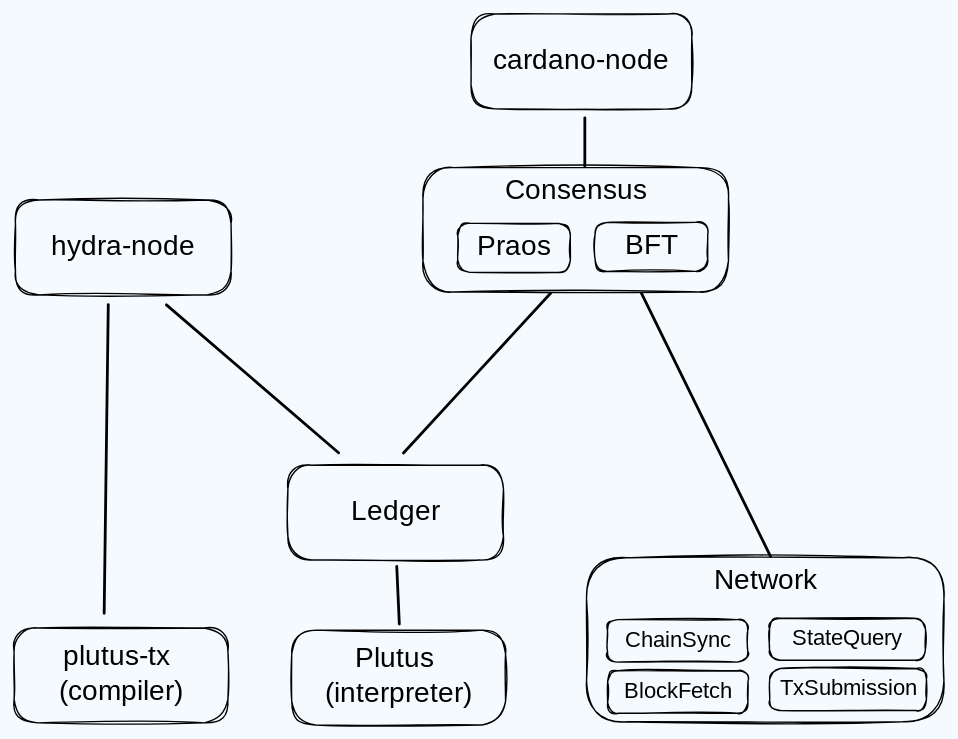
Earlier version of the Excalidraw export src/components.excalidraw.svg (rkuhn/cardano-blueprint). Source tidied: one line per element, renumbered; positions are measured from the earlier drawing's top-left corner, leaving out a move shared by most shapes.
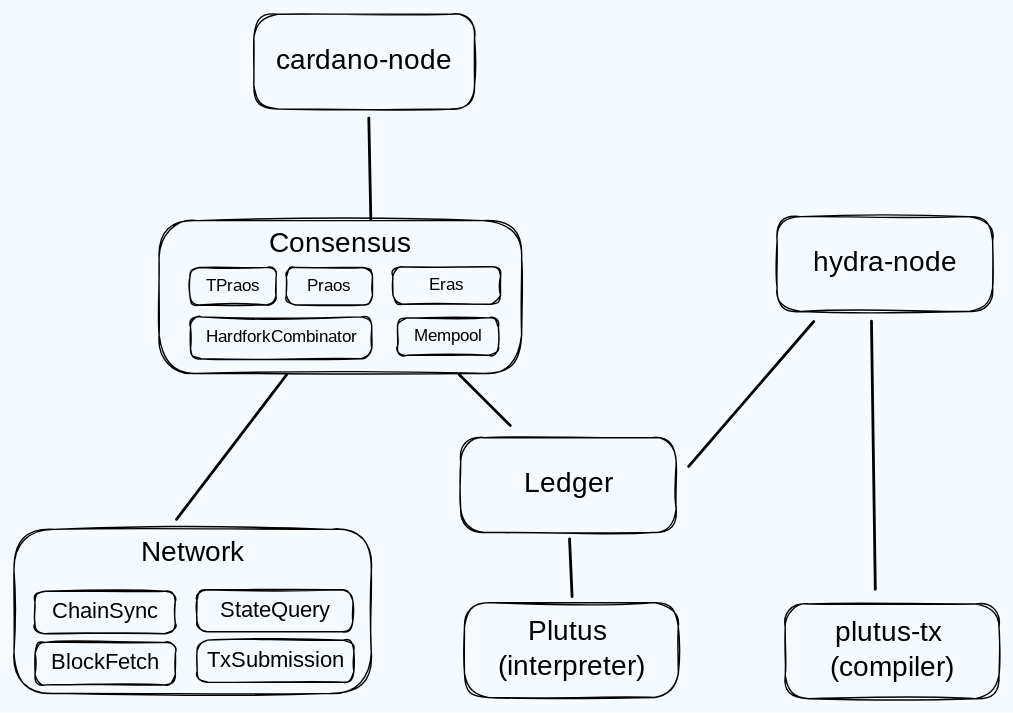
The same diagram one commit later.

Diff of the diagram source:
```diff
@@ -1,32 +1,38 @@
-{"id": 0, "type": "arrow", "strokeColor": "#000000", "backgroundColor": "#1971c2", "fillStyle": "solid", "strokeWidth": 2, "roughness": 0, "round": true, "from": 6, "to": 14, "x": 383, "y": 200, "width": 105, "height": 114, "points": [[0, 0], [-105, 114]]}
+{"id": 0, "type": "arrow", "strokeColor": "#000000", "backgroundColor": "#1971c2", "fillStyle": "solid", "strokeWidth": 2, "roughness": 0, "round": true, "from": 6, "to": 14, "x": 445, "y": 248, "width": 36, "height": 36, "points": [[0, 0], [36, 36]]}
-{"id": 1, "type": "arrow", "strokeColor": "#000000", "backgroundColor": "#1971c2", "fillStyle": "solid", "strokeWidth": 2, "roughness": 0, "round": true, "from": 28, "to": 14, "x": 109, "y": 208, "width": 123, "height": 106, "points": [[0, 0], [123, 106]]}
+{"id": 1, "type": "arrow", "strokeColor": "#000000", "backgroundColor": "#1971c2", "fillStyle": "solid", "strokeWidth": 2, "roughness": 0, "round": true, "from": 28, "to": 14, "x": 698, "y": 210, "width": 89, "height": 104, "points": [[0, 0], [-89, 104]]}
-{"id": 2, "type": "arrow", "strokeColor": "#000000", "backgroundColor": "#1971c2", "fillStyle": "solid", "strokeWidth": 2, "roughness": 0, "round": true, "from": 28, "to": 12, "x": 67, "y": 208, "width": 3, "height": 221, "points": [[0, 0], [-3, 221]]}
+{"id": 2, "type": "arrow", "strokeColor": "#000000", "backgroundColor": "#1971c2", "fillStyle": "solid", "strokeWidth": 2, "roughness": 0, "round": true, "from": 28, "to": 12, "x": 739, "y": 209, "width": 3, "height": 192, "points": [[0, 0], [3, 192]]}
-{"id": 3, "type": "arrow", "strokeColor": "#000000", "backgroundColor": "#1971c2", "fillStyle": "solid", "strokeWidth": 2, "roughness": 0, "round": true, "from": 6, "to": 8, "x": 448, "y": 200, "width": 92, "height": 188, "points": [[0, 0], [92, 188]]}
+{"id": 3, "type": "arrow", "strokeColor": "#000000", "backgroundColor": "#1971c2", "fillStyle": "solid", "strokeWidth": 2, "roughness": 0, "round": true, "from": 6, "to": 8, "x": 321, "y": 248, "width": 79, "height": 103, "points": [[0, 0], [-79, 103]]}
-{"id": 4, "type": "arrow", "strokeColor": "#000000", "backgroundColor": "#1971c2", "fillStyle": "solid", "strokeWidth": 2, "roughness": 0, "round": true, "from": 30, "to": 6, "x": 408, "y": 74, "width": 0, "height": 35, "points": [[0, 0], [0, 35]]}
+{"id": 4, "type": "arrow", "strokeColor": "#000000", "backgroundColor": "#1971c2", "fillStyle": "solid", "strokeWidth": 2, "roughness": 0, "round": true, "from": 30, "to": 6, "x": 380, "y": 64, "width": 1, "height": 72, "points": [[0, 0], [1, 72]]}
-{"id": 5, "type": "arrow", "strokeColor": "#000000", "backgroundColor": "#1971c2", "fillStyle": "solid", "strokeWidth": 2, "roughness": 0, "round": true, "from": 14, "to": 10, "x": 273, "y": 395, "width": 2, "height": 41, "points": [[0, 0], [2, 41]]}
+{"id": 5, "type": "arrow", "strokeColor": "#000000", "backgroundColor": "#1971c2", "fillStyle": "solid", "strokeWidth": 2, "roughness": 0, "round": true, "from": 14, "to": 10, "x": 524, "y": 365, "width": 2, "height": 41, "points": [[0, 0], [2, 41]]}
-{"id": 6, "type": "rectangle", "strokeColor": "#000000", "strokeWidth": 1, "roughness": 1, "round": true, "x": 292, "y": 110, "width": 218, "height": 89}
-{"id": 7, "type": "text", "text": "Consensus", "strokeColor": "#000000", "strokeWidth": 1, "roughness": 1, "fontSize": 20, "fontFamily": 1, "textAlign": "center", "inside": 6, "x": 352, "y": 115, "width": 98, "height": 25}
-{"id": 8, "type": "rectangle", "strokeColor": "#000000", "strokeWidth": 1, "roughness": 1, "round": true, "x": 409, "y": 388, "width": 255, "height": 117}
-{"id": 9, "type": "text", "text": "Network", "strokeColor": "#000000", "strokeWidth": 1, "roughness": 1, "fontSize": 20, "fontFamily": 1, "textAlign": "center", "inside": 8, "x": 498, "y": 393, "width": 77, "height": 25}
-{"id": 10, "type": "rectangle", "strokeColor": "#000000", "strokeWidth": 1, "roughness": 1, "round": true, "x": 198, "y": 440, "width": 153, "height": 68}
+{"id": 10, "type": "rectangle", "strokeColor": "#000000", "strokeWidth": 1, "roughness": 1, "round": true, "x": 449, "y": 411, "width": 153, "height": 68}
-{"id": 11, "type": "text", "text": "Plutus \n(interpreter)", "strokeColor": "#000000", "strokeWidth": 1, "roughness": 1, "fontSize": 20, "fontFamily": 1, "textAlign": "center", "verticalAlign": "middle", "inside": 10, "x": 215, "y": 449, "width": 120, "height": 50}
+{"id": 11, "type": "text", "text": "Plutus \n(interpreter)", "strokeColor": "#000000", "strokeWidth": 1, "roughness": 1, "fontSize": 20, "fontFamily": 1, "textAlign": "center", "verticalAlign": "middle", "inside": 10, "x": 465, "y": 419, "width": 120, "height": 50}
-{"id": 12, "type": "rectangle", "strokeColor": "#000000", "strokeWidth": 1, "roughness": 1, "round": true, "x": 0, "y": 439, "width": 153, "height": 68}
+{"id": 12, "type": "rectangle", "strokeColor": "#000000", "strokeWidth": 1, "roughness": 1, "round": true, "x": 678, "y": 412, "width": 153, "height": 68}
-{"id": 13, "type": "text", "text": "plutus-tx \n(compiler)", "strokeColor": "#000000", "strokeWidth": 1, "roughness": 1, "fontSize": 20, "fontFamily": 1, "textAlign": "center", "verticalAlign": "middle", "inside": 12, "x": 26, "y": 448, "width": 101, "height": 50}
+{"id": 13, "type": "text", "text": "plutus-tx \n(compiler)", "strokeColor": "#000000", "strokeWidth": 1, "roughness": 1, "fontSize": 20, "fontFamily": 1, "textAlign": "center", "verticalAlign": "middle", "inside": 12, "x": 704, "y": 420, "width": 101, "height": 50}
-{"id": 14, "type": "rectangle", "strokeColor": "#000000", "strokeWidth": 1, "roughness": 1, "round": true, "x": 196, "y": 322, "width": 154, "height": 68}
+{"id": 14, "type": "rectangle", "strokeColor": "#000000", "strokeWidth": 1, "roughness": 1, "round": true, "x": 446, "y": 293, "width": 154, "height": 68}
-{"id": 15, "type": "text", "text": "Ledger", "strokeColor": "#000000", "strokeWidth": 1, "roughness": 1, "fontSize": 20, "fontFamily": 1, "textAlign": "center", "verticalAlign": "middle", "inside": 14, "x": 240, "y": 344, "width": 65, "height": 25}
+{"id": 15, "type": "text", "text": "Ledger", "strokeColor": "#000000", "strokeWidth": 1, "roughness": 1, "fontSize": 20, "fontFamily": 1, "textAlign": "center", "verticalAlign": "middle", "inside": 14, "x": 490, "y": 314, "width": 65, "height": 25}
+{"id": 6, "type": "rectangle", "strokeColor": "#000000", "strokeWidth": 1, "roughness": 1, "round": true, "x": 230, "y": 138, "width": 259, "height": 109}
+{"id": 7, "type": "text", "text": "Consensus", "strokeColor": "#000000", "strokeWidth": 1, "roughness": 1, "fontSize": 20, "fontFamily": 1, "textAlign": "center", "inside": 6, "x": 311, "y": 143, "width": 98, "height": 25}
-{"id": 16, "type": "rectangle", "strokeColor": "#000000", "strokeWidth": 1, "roughness": 1, "round": true, "x": 415, "y": 149, "width": 80, "height": 35}
+{"id": 16, "type": "rectangle", "strokeColor": "#000000", "strokeWidth": 1, "roughness": 1, "round": true, "x": 252, "y": 171, "width": 62, "height": 27}
-{"id": 17, "type": "text", "text": "BFT", "strokeColor": "#000000", "strokeWidth": 1, "roughness": 1, "fontSize": 20, "fontFamily": 1, "textAlign": "center", "verticalAlign": "middle", "inside": 16, "x": 434, "y": 154, "width": 43, "height": 25}
+{"id": 17, "type": "text", "text": "TPraos", "strokeColor": "#000000", "strokeWidth": 1, "roughness": 1, "fontSize": 12.24, "fontFamily": 1, "textAlign": "center", "verticalAlign": "middle", "inside": 16, "x": 260, "y": 177, "width": 46, "height": 15}
+{"id": 32, "type": "rectangle", "strokeColor": "#000000", "strokeWidth": 1, "roughness": 1, "round": true, "x": 401, "y": 207, "width": 72, "height": 27}
+{"id": 33, "type": "text", "text": "Mempool", "strokeColor": "#000000", "strokeWidth": 1, "roughness": 1, "fontSize": 12.24, "fontFamily": 1, "textAlign": "center", "verticalAlign": "middle", "inside": 32, "x": 414, "y": 213, "width": 47, "height": 15}
-{"id": 18, "type": "rectangle", "strokeColor": "#000000", "strokeWidth": 1, "roughness": 1, "round": true, "x": 317, "y": 150, "width": 80, "height": 35}
+{"id": 18, "type": "rectangle", "strokeColor": "#000000", "strokeWidth": 1, "roughness": 1, "round": true, "x": 321, "y": 171, "width": 62, "height": 27}
-{"id": 19, "type": "text", "text": "Praos", "strokeColor": "#000000", "strokeWidth": 1, "roughness": 1, "fontSize": 20, "fontFamily": 1, "textAlign": "center", "verticalAlign": "middle", "inside": 18, "x": 329, "y": 155, "width": 57, "height": 25}
+{"id": 19, "type": "text", "text": "Praos", "strokeColor": "#000000", "strokeWidth": 1, "roughness": 1, "fontSize": 12.24, "fontFamily": 1, "textAlign": "center", "verticalAlign": "middle", "inside": 18, "x": 334, "y": 177, "width": 35, "height": 15}
+{"id": 34, "type": "rectangle", "strokeColor": "#000000", "strokeWidth": 1, "roughness": 1, "round": true, "x": 397, "y": 171, "width": 77, "height": 27}
+{"id": 35, "type": "text", "text": "Eras", "strokeColor": "#000000", "strokeWidth": 1, "roughness": 1, "fontSize": 12.24, "fontFamily": 1, "textAlign": "center", "verticalAlign": "middle", "inside": 34, "x": 422, "y": 176, "width": 29, "height": 15}
+{"id": 36, "type": "rectangle", "strokeColor": "#000000", "strokeWidth": 1, "roughness": 1, "round": true, "x": 253, "y": 206, "width": 130, "height": 30}
+{"id": 37, "type": "text", "text": "HardforkCombinator", "strokeColor": "#000000", "strokeWidth": 1, "roughness": 1, "fontSize": 12.24, "fontFamily": 1, "textAlign": "center", "verticalAlign": "middle", "inside": 36, "x": 260, "y": 214, "width": 116, "height": 15}
+{"id": 8, "type": "rectangle", "strokeColor": "#000000", "strokeWidth": 1, "roughness": 1, "round": true, "x": 127, "y": 358, "width": 255, "height": 117}
+{"id": 9, "type": "text", "text": "Network", "strokeColor": "#000000", "strokeWidth": 1, "roughness": 1, "fontSize": 20, "fontFamily": 1, "textAlign": "center", "inside": 8, "x": 216, "y": 363, "width": 77, "height": 25}
-{"id": 20, "type": "rectangle", "strokeColor": "#000000", "strokeWidth": 1, "roughness": 1, "round": true, "x": 424, "y": 433, "width": 100, "height": 30}
+{"id": 20, "type": "rectangle", "strokeColor": "#000000", "strokeWidth": 1, "roughness": 1, "round": true, "x": 142, "y": 402, "width": 100, "height": 30}
-{"id": 21, "type": "text", "text": "ChainSync", "strokeColor": "#000000", "strokeWidth": 1, "roughness": 1, "fontSize": 16, "fontFamily": 1, "textAlign": "center", "verticalAlign": "middle", "inside": 20, "x": 438, "y": 438, "width": 73, "height": 20}
+{"id": 21, "type": "text", "text": "ChainSync", "strokeColor": "#000000", "strokeWidth": 1, "roughness": 1, "fontSize": 16, "fontFamily": 1, "textAlign": "center", "verticalAlign": "middle", "inside": 20, "x": 155, "y": 408, "width": 73, "height": 20}
-{"id": 22, "type": "rectangle", "strokeColor": "#000000", "strokeWidth": 1, "roughness": 1, "round": true, "x": 424, "y": 469, "width": 100, "height": 30}
+{"id": 22, "type": "rectangle", "strokeColor": "#000000", "strokeWidth": 1, "roughness": 1, "round": true, "x": 142, "y": 439, "width": 100, "height": 30}
-{"id": 23, "type": "text", "text": "BlockFetch", "strokeColor": "#000000", "strokeWidth": 1, "roughness": 1, "fontSize": 16, "fontFamily": 1, "textAlign": "center", "verticalAlign": "middle", "inside": 22, "x": 432, "y": 474, "width": 85, "height": 20}
+{"id": 23, "type": "text", "text": "BlockFetch", "strokeColor": "#000000", "strokeWidth": 1, "roughness": 1, "fontSize": 16, "fontFamily": 1, "textAlign": "center", "verticalAlign": "middle", "inside": 22, "x": 150, "y": 444, "width": 85, "height": 20}
-{"id": 24, "type": "rectangle", "strokeColor": "#000000", "strokeWidth": 1, "roughness": 1, "round": true, "x": 540, "y": 432, "width": 111, "height": 30}
+{"id": 24, "type": "rectangle", "strokeColor": "#000000", "strokeWidth": 1, "roughness": 1, "round": true, "x": 257, "y": 401, "width": 111, "height": 30}
-{"id": 25, "type": "text", "text": "StateQuery", "strokeColor": "#000000", "strokeWidth": 1, "roughness": 1, "fontSize": 16, "fontFamily": 1, "textAlign": "center", "verticalAlign": "middle", "inside": 24, "x": 549, "y": 437, "width": 92, "height": 20}
+{"id": 25, "type": "text", "text": "StateQuery", "strokeColor": "#000000", "strokeWidth": 1, "roughness": 1, "fontSize": 16, "fontFamily": 1, "textAlign": "center", "verticalAlign": "middle", "inside": 24, "x": 267, "y": 406, "width": 92, "height": 20}
-{"id": 26, "type": "rectangle", "strokeColor": "#000000", "strokeWidth": 1, "roughness": 1, "round": true, "x": 540, "y": 468, "width": 112, "height": 30}
+{"id": 26, "type": "rectangle", "strokeColor": "#000000", "strokeWidth": 1, "roughness": 1, "round": true, "x": 258, "y": 437, "width": 112, "height": 30}
-{"id": 27, "type": "text", "text": "TxSubmission", "strokeColor": "#000000", "strokeWidth": 1, "roughness": 1, "fontSize": 16, "fontFamily": 1, "textAlign": "center", "verticalAlign": "middle", "inside": 26, "x": 545, "y": 473, "width": 101, "height": 20}
+{"id": 27, "type": "text", "text": "TxSubmission", "strokeColor": "#000000", "strokeWidth": 1, "roughness": 1, "fontSize": 16, "fontFamily": 1, "textAlign": "center", "verticalAlign": "middle", "inside": 26, "x": 263, "y": 442, "width": 101, "height": 20}
-{"id": 28, "type": "rectangle", "strokeColor": "#000000", "strokeWidth": 1, "roughness": 1, "round": true, "x": 1, "y": 133, "width": 154, "height": 68}
+{"id": 28, "type": "rectangle", "strokeColor": "#000000", "strokeWidth": 1, "roughness": 1, "round": true, "x": 672, "y": 135, "width": 154, "height": 68}
-{"id": 29, "type": "text", "text": "hydra-node", "strokeColor": "#000000", "strokeWidth": 1, "roughness": 1, "fontSize": 20, "fontFamily": 1, "textAlign": "center", "verticalAlign": "middle", "inside": 28, "x": 26, "y": 154, "width": 105, "height": 25}
+{"id": 29, "type": "text", "text": "hydra-node", "strokeColor": "#000000", "strokeWidth": 1, "roughness": 1, "fontSize": 20, "fontFamily": 1, "textAlign": "center", "verticalAlign": "middle", "inside": 28, "x": 697, "y": 156, "width": 105, "height": 25}
-{"id": 30, "type": "rectangle", "strokeColor": "#000000", "strokeWidth": 1, "roughness": 1, "round": true, "x": 326, "y": 0, "width": 158, "height": 68}
+{"id": 30, "type": "rectangle", "strokeColor": "#000000", "strokeWidth": 1, "roughness": 1, "round": true, "x": 298, "y": -10, "width": 158, "height": 68}
-{"id": 31, "type": "text", "text": "cardano-node", "strokeColor": "#000000", "strokeWidth": 1, "roughness": 1, "fontSize": 20, "fontFamily": 1, "textAlign": "center", "verticalAlign": "middle", "inside": 30, "x": 341, "y": 21, "width": 129, "height": 25}
+{"id": 31, "type": "text", "text": "cardano-node", "strokeColor": "#000000", "strokeWidth": 1, "roughness": 1, "fontSize": 20, "fontFamily": 1, "textAlign": "center", "verticalAlign": "middle", "inside": 30, "x": 312, "y": 11, "width": 129, "height": 25}
```
